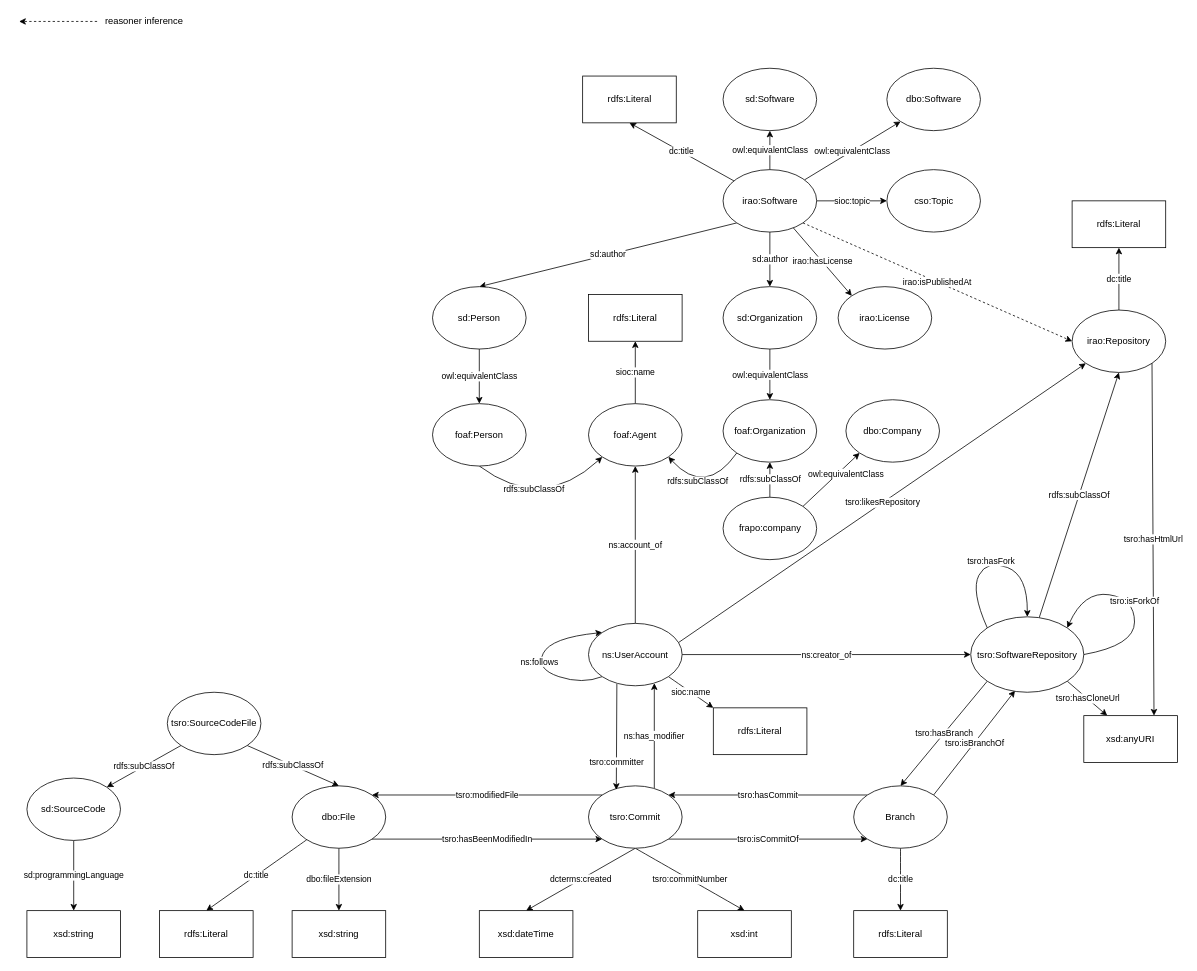
Before: ontologies/The Software Repository Ontology.drawio in sabato-nocera/tsro, a draw.io diagram. Source tidied: cells renumbered, new cells numbered last; positions are measured from the earlier drawing's top-left corner, leaving out a move shared by most shapes. Both pictures are drawn from the tidied source at 78%, with x=0, y=0 at pixel (19, 13).
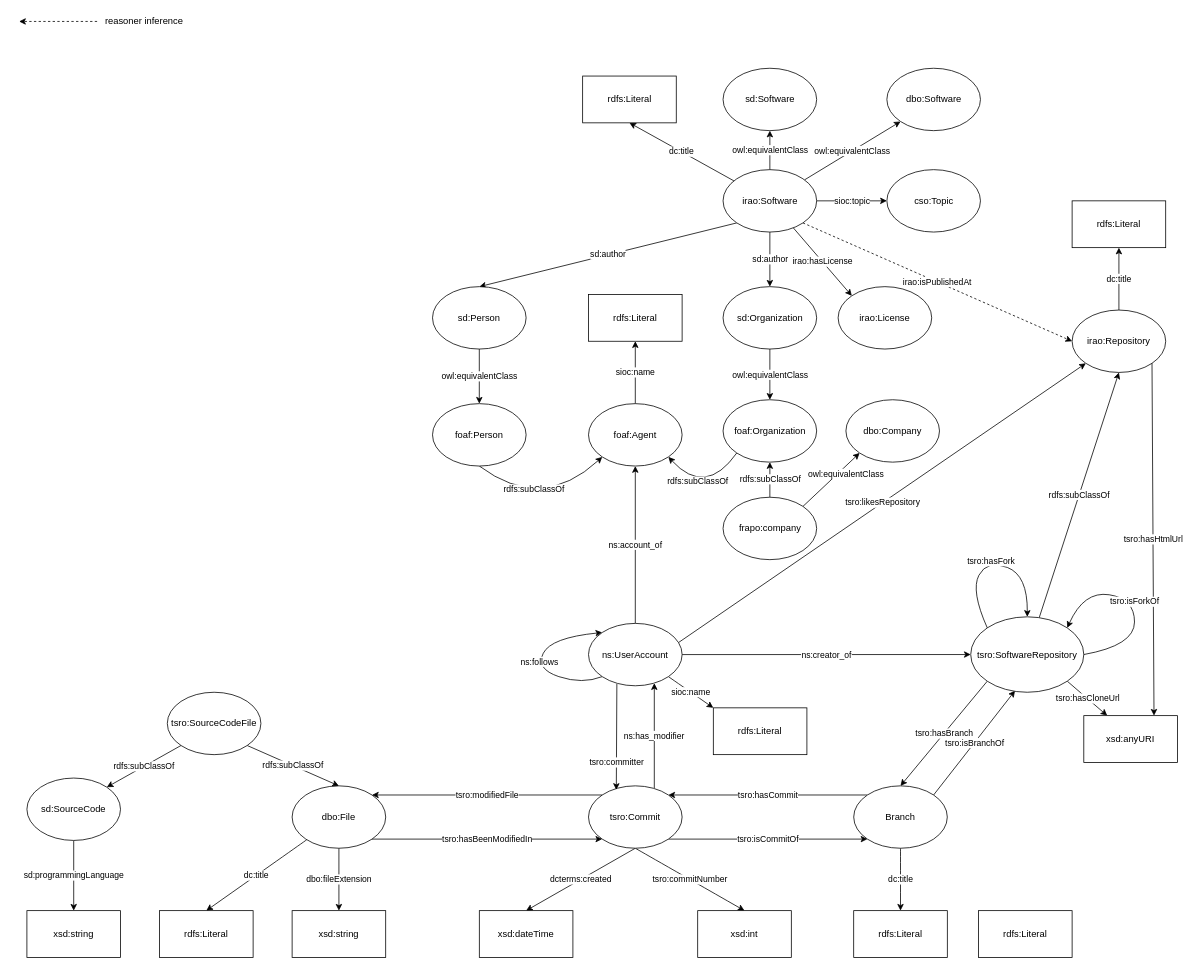
The same page after the edit.

What changed in the source:
```diff
@@
+    <mxCell id="77" value="rdfs:Literal" style="whiteSpace=wrap;html=1;" parent="1" vertex="1">
+      <mxGeometry x="1230" y="1150" width="120" height="60" as="geometry" />
+    </mxCell>
```
